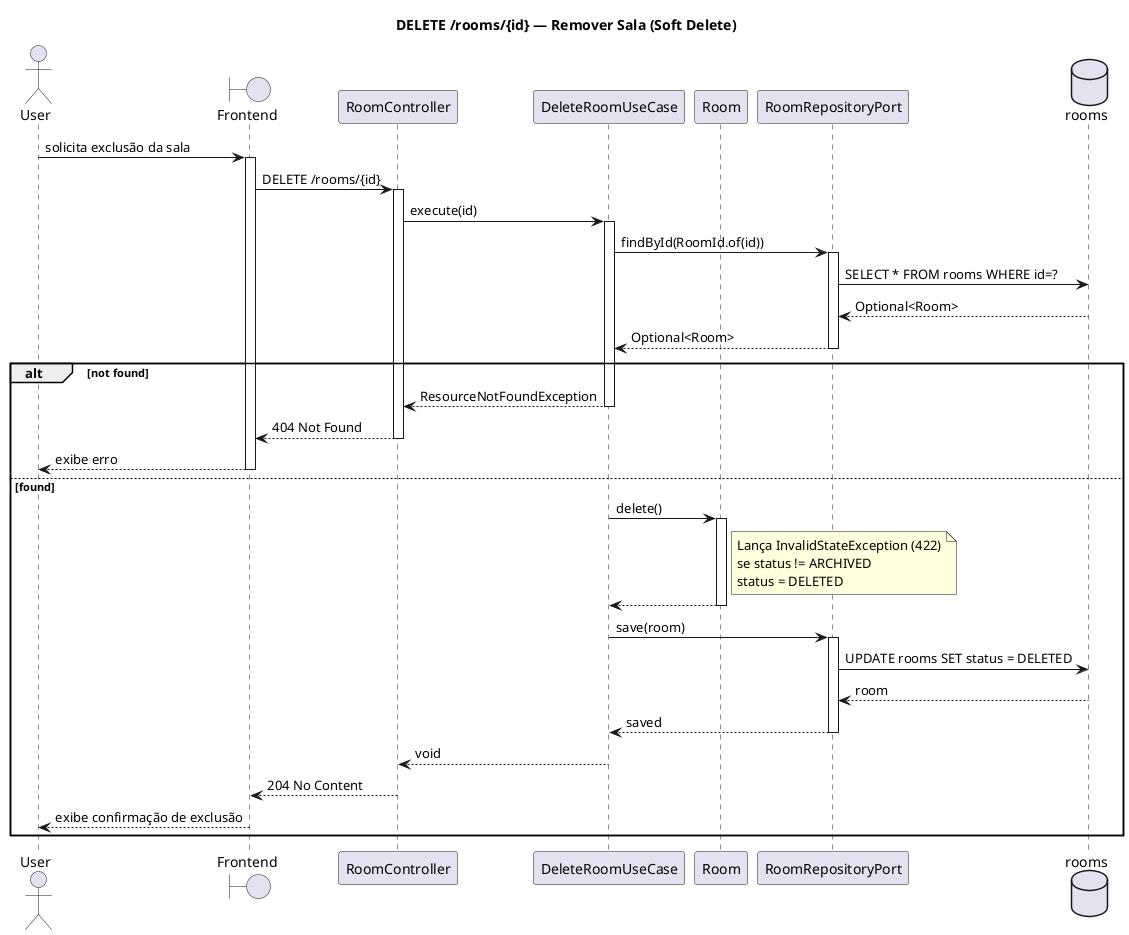
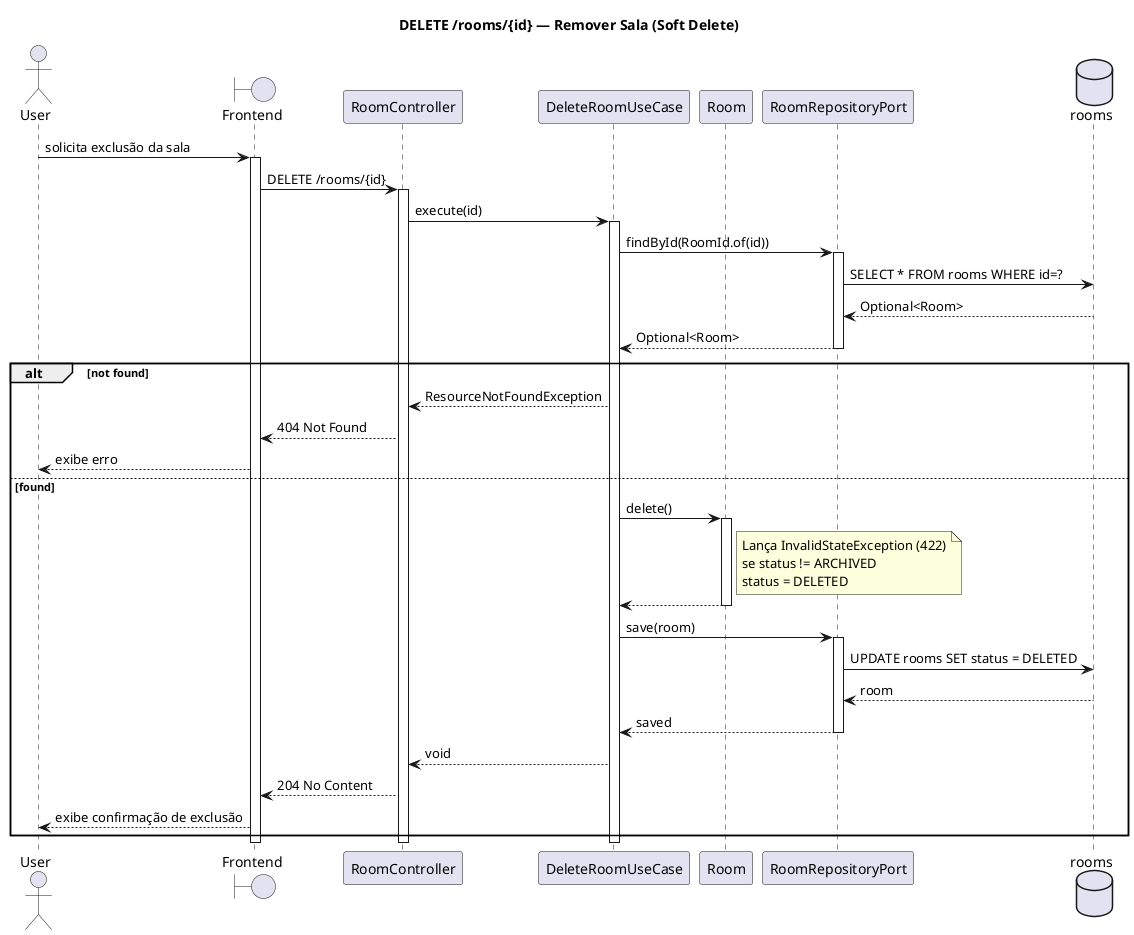
@startuml delete_room

title DELETE /rooms/{id} — Remover Sala (Soft Delete)

actor User
boundary "Frontend" as FE
participant "RoomController" as Ctrl
participant "DeleteRoomUseCase" as UC
participant "Room" as Entity
participant "RoomRepositoryPort" as Repo
database "rooms" as DB

User -> FE: solicita exclusão da sala
activate FE
FE -> Ctrl: DELETE /rooms/{id}
activate Ctrl

Ctrl -> UC: execute(id)
activate UC

UC -> Repo: findById(RoomId.of(id))
activate Repo
Repo -> DB: SELECT * FROM rooms WHERE id=?
DB --> Repo: Optional<Room>
Repo --> UC: Optional<Room>
deactivate Repo

alt not found
  UC --> Ctrl: ResourceNotFoundException
-   deactivate UC
  Ctrl --> FE: 404 Not Found
-   deactivate Ctrl
  FE --> User: exibe erro
-   deactivate FE
else found
  UC -> Entity: delete()
  activate Entity
  note right of Entity: Lança InvalidStateException (422)\nse status != ARCHIVED\nstatus = DELETED
  Entity --> UC:
  deactivate Entity

  UC -> Repo: save(room)
  activate Repo
  Repo -> DB: UPDATE rooms SET status = DELETED
  DB --> Repo: room
  Repo --> UC: saved
  deactivate Repo

  UC --> Ctrl: void
-   deactivate UC
  Ctrl --> FE: 204 No Content
-   deactivate Ctrl
  FE --> User: exibe confirmação de exclusão
-   deactivate FE
end

+ deactivate UC
+ deactivate Ctrl
+ deactivate FE
+ 
@enduml
